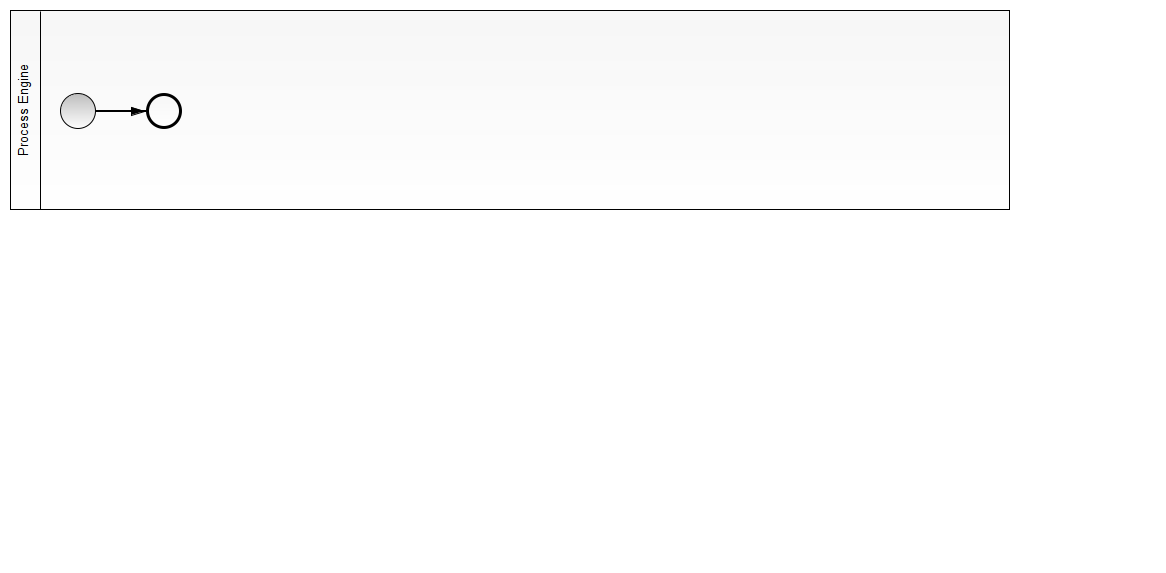
This is src/main/resources/process.png from liemdc/dataflow-approval, a BPMN export, as it was before one commit. Its source is kept beside it as src/main/resources/process.bpmn. Ids are renumbered.
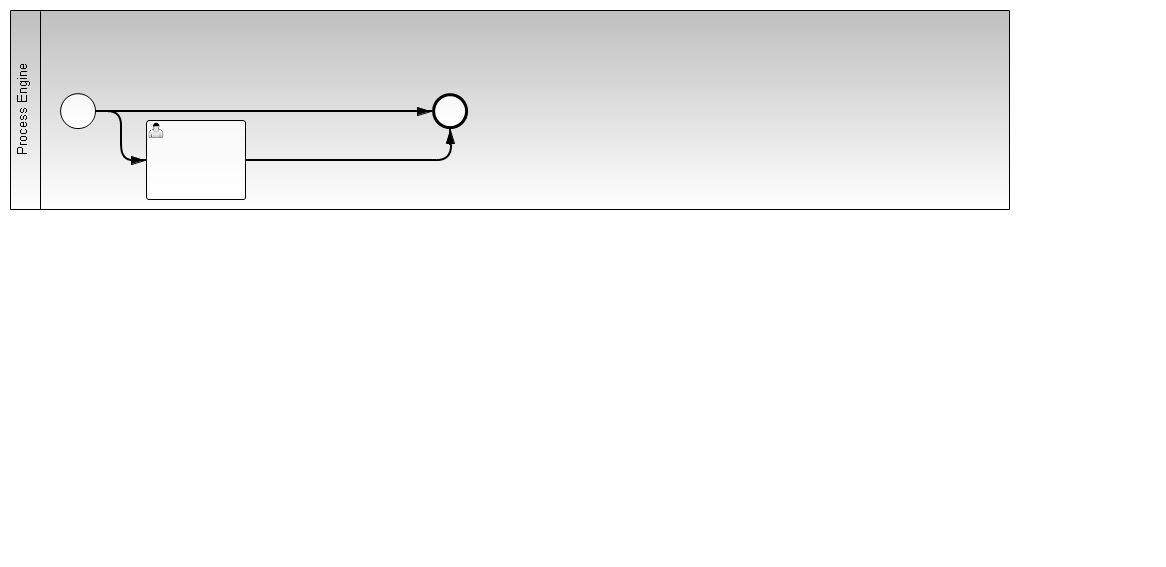
The same file after the commit.

What changed in the source:
```diff
@@ -1,15 +1,23 @@
-<bpmn2:definitions xmlns:xsi="http://www.w3.org/2001/XMLSchema-instance" xmlns:camunda="http://activiti.org/bpmn" xmlns:bpmn2="http://www.omg.org/spec/BPMN/20100524/MODEL" xmlns:bpmndi="http://www.omg.org/spec/BPMN/20100524/DI" xmlns:dc="http://www.omg.org/spec/DD/20100524/DC" xmlns:di="http://www.omg.org/spec/DD/20100524/DI" xsi:schemaLocation="http://www.omg.org/spec/BPMN/20100524/MODEL BPMN20.xsd" id="Definitions_1" targetNamespace="http://www.example.org/bpmn">
+<bpmn2:definitions xmlns:xsi="http://www.w3.org/2001/XMLSchema-instance" xmlns:bpmn2="http://www.omg.org/spec/BPMN/20100524/MODEL" xmlns:bpmndi="http://www.omg.org/spec/BPMN/20100524/DI" xmlns:camunda="http://activiti.org/bpmn" xmlns:dc="http://www.omg.org/spec/DD/20100524/DC" xmlns:di="http://www.omg.org/spec/DD/20100524/DI" xsi:schemaLocation="http://www.omg.org/spec/BPMN/20100524/MODEL BPMN20.xsd" id="Definitions_1" exporter="camunda modeler" exporterVersion="2.7.0" targetNamespace="http://www.example.org/bpmn">
   <bpmn2:collaboration id="Collaboration_1" name="Default Collaboration">
     <bpmn2:participant id="Process_Engine" name="Process Engine" processRef="dataflow-approval"/>
   </bpmn2:collaboration>
   <bpmn2:process id="dataflow-approval" name="dataflow-approval" isExecutable="true">
     <bpmn2:startEvent id="StartEvent_1">
       <bpmn2:outgoing>SequenceFlow_1</bpmn2:outgoing>
+      <bpmn2:outgoing>SequenceFlow_2</bpmn2:outgoing>
     </bpmn2:startEvent>
     <bpmn2:endEvent id="EndEvent_1">
       <bpmn2:incoming>SequenceFlow_1</bpmn2:incoming>
+      <bpmn2:incoming>SequenceFlow_3</bpmn2:incoming>
     </bpmn2:endEvent>
     <bpmn2:sequenceFlow id="SequenceFlow_1" sourceRef="StartEvent_1" targetRef="EndEvent_1"/>
+    <bpmn2:userTask id="UserTask_1">
+      <bpmn2:incoming>SequenceFlow_2</bpmn2:incoming>
+      <bpmn2:outgoing>SequenceFlow_3</bpmn2:outgoing>
+    </bpmn2:userTask>
+    <bpmn2:sequenceFlow id="SequenceFlow_2" name="" sourceRef="StartEvent_1" targetRef="UserTask_1"/>
+    <bpmn2:sequenceFlow id="SequenceFlow_3" name="" sourceRef="UserTask_1" targetRef="EndEvent_1"/>
   </bpmn2:process>
   <bpmndi:BPMNDiagram id="BPMNDiagram_1" name="Default Collaboration Diagram">
     <bpmndi:BPMNPlane id="BPMNPlane_1" bpmnElement="Collaboration_1">
@@ -23,14 +31,35 @@
         </bpmndi:BPMNLabel>
       </bpmndi:BPMNShape>
       <bpmndi:BPMNShape id="BPMNShape_EndEvent_1" bpmnElement="EndEvent_1">
-        <dc:Bounds height="36.0" width="36.0" x="146.0" y="93.0"/>
+        <dc:Bounds height="36.0" width="36.0" x="432.0" y="93.0"/>
         <bpmndi:BPMNLabel>
-          <dc:Bounds height="6.0" width="6.0" x="164.0" y="131.0"/>
+          <dc:Bounds height="0.0" width="0.0" x="453.0" y="131.0"/>
         </bpmndi:BPMNLabel>
       </bpmndi:BPMNShape>
       <bpmndi:BPMNEdge id="BPMNEdge_SequenceFlow_1" bpmnElement="SequenceFlow_1" sourceElement="BPMNShape_StartEvent_1" targetElement="BPMNShape_EndEvent_1">
         <di:waypoint xsi:type="dc:Point" x="96.0" y="111.0"/>
-        <di:waypoint xsi:type="dc:Point" x="146.0" y="111.0"/>
+        <di:waypoint xsi:type="dc:Point" x="432.0" y="111.0"/>
+        <bpmndi:BPMNLabel>
+          <dc:Bounds height="0.0" width="0.0" x="121.0" y="111.0"/>
+        </bpmndi:BPMNLabel>
+      </bpmndi:BPMNEdge>
+      <bpmndi:BPMNShape id="_BPMNShape_UserTask_2" bpmnElement="UserTask_1">
+        <dc:Bounds height="80.0" width="100.0" x="146.0" y="120.0"/>
+      </bpmndi:BPMNShape>
+      <bpmndi:BPMNEdge id="BPMNEdge_SequenceFlow_2" bpmnElement="SequenceFlow_2" sourceElement="BPMNShape_StartEvent_1" targetElement="_BPMNShape_UserTask_2">
+        <di:waypoint xsi:type="dc:Point" x="96.0" y="111.0"/>
+        <di:waypoint xsi:type="dc:Point" x="121.0" y="111.0"/>
+        <di:waypoint xsi:type="dc:Point" x="121.0" y="160.0"/>
+        <di:waypoint xsi:type="dc:Point" x="146.0" y="160.0"/>
+      </bpmndi:BPMNEdge>
+      <bpmndi:BPMNEdge id="BPMNEdge_SequenceFlow_3" bpmnElement="SequenceFlow_3" sourceElement="_BPMNShape_UserTask_2" targetElement="BPMNShape_EndEvent_1">
+        <di:waypoint xsi:type="dc:Point" x="246.0" y="160.0"/>
+        <di:waypoint xsi:type="dc:Point" x="339.0" y="160.0"/>
+        <di:waypoint xsi:type="dc:Point" x="451.0" y="160.0"/>
+        <di:waypoint xsi:type="dc:Point" x="450.0" y="129.0"/>
+        <bpmndi:BPMNLabel>
+          <dc:Bounds height="6.0" width="6.0" x="360.0" y="160.0"/>
+        </bpmndi:BPMNLabel>
       </bpmndi:BPMNEdge>
     </bpmndi:BPMNPlane>
   </bpmndi:BPMNDiagram>
```
